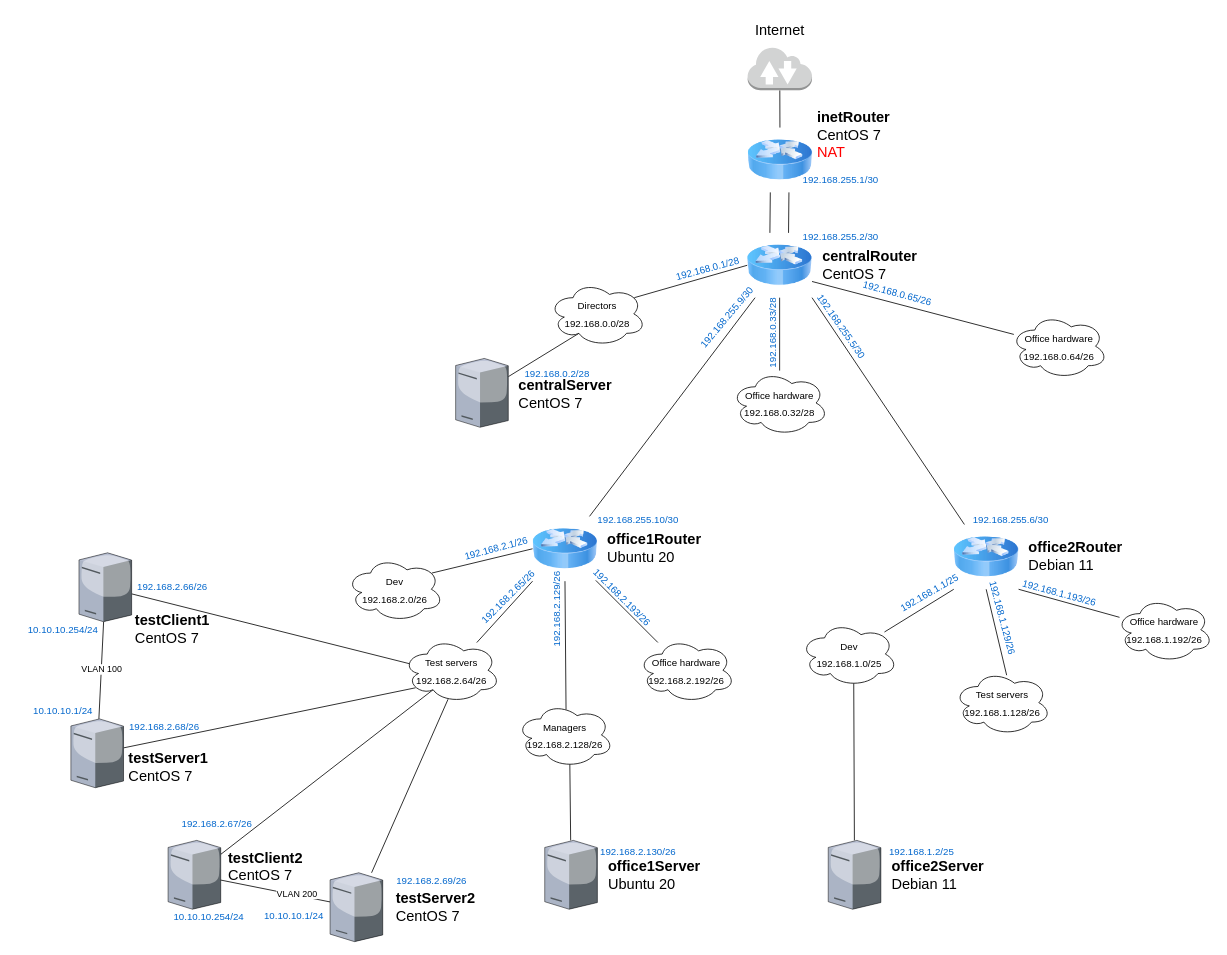
This is HW24/network.drawio from kovtalex/otus-linux, a draw.io file, before an edit. Source tidied: cells renumbered, new cells numbered last; positions are measured from the earlier drawing's top-left corner, leaving out a move shared by most shapes. Both pictures are drawn from the tidied source at 81%, with x=0, y=0 at pixel (22, 14).
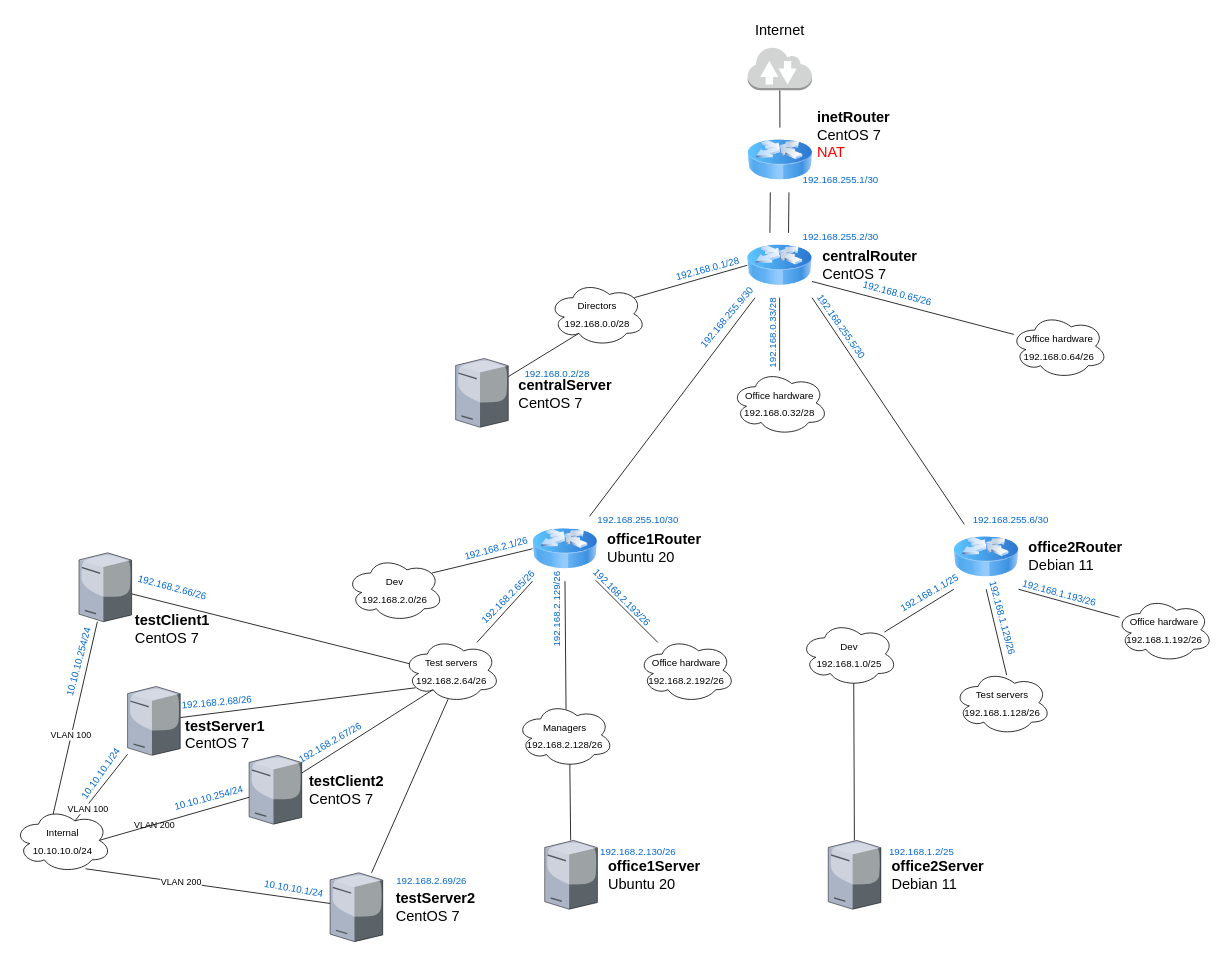
After the change.

The change refers to these unchanged cells:
```xml
<mxCell id="71" style="verticalLabelPosition=bottom;sketch=0;html=1;verticalAlign=top;strokeColor=none;align=center;outlineConnect=0;shape=mxgraph.citrix.license_server;fontSize=12;fontColor=#000000;" parent="1" vertex="1">
  <mxGeometry x="70" y="665" width="65" height="85" as="geometry" />
</mxCell>
<mxCell id="76" style="verticalLabelPosition=bottom;sketch=0;html=1;verticalAlign=top;strokeColor=none;align=center;outlineConnect=0;shape=mxgraph.citrix.license_server;fontSize=12;fontColor=#000000;" parent="1" vertex="1">
  <mxGeometry x="380" y="1060" width="65" height="85" as="geometry" />
</mxCell>
```

The edit, as a diff of the source:
```diff
@@
-    <mxCell id="69" style="edgeStyle=none;rounded=0;jettySize=auto;html=1;endArrow=none;endFill=0;" parent="1" edge="1" source="71" target="72">
+    <mxCell id="69" style="edgeStyle=none;rounded=0;jettySize=auto;html=1;endArrow=none;endFill=0;entryX=0.4;entryY=0.1;entryDx=0;entryDy=0;entryPerimeter=0;" parent="1" edge="1" source="71" target="91">
       <mxGeometry relative="1" as="geometry" />
     </mxCell>
     <mxCell id="70" value="VLAN 100" style="edgeLabel;html=1;align=center;verticalAlign=middle;" parent="69" vertex="1">
-      <mxGeometry x="-0.01" relative="1" as="geometry" />
+      <mxGeometry x="-0.01" relative="1" as="geometry">
+        <mxPoint x="-6" y="22" as="offset" />
+      </mxGeometry>
     </mxCell>
@@
     <mxCell id="72" style="verticalLabelPosition=bottom;sketch=0;html=1;verticalAlign=top;strokeColor=none;align=center;outlineConnect=0;shape=mxgraph.citrix.license_server;fontSize=12;fontColor=#000000;" parent="1" vertex="1">
-      <mxGeometry x="60" y="870" width="65" height="85" as="geometry" />
+      <mxGeometry x="130" y="830" width="65" height="85" as="geometry" />
     </mxCell>
     <mxCell id="73" style="verticalLabelPosition=bottom;sketch=0;html=1;verticalAlign=top;strokeColor=none;align=center;outlineConnect=0;shape=mxgraph.citrix.license_server;fontSize=12;fontColor=#000000;" parent="1" vertex="1">
-      <mxGeometry x="180" y="1020" width="65" height="85" as="geometry" />
+      <mxGeometry x="280" y="915" width="65" height="85" as="geometry" />
     </mxCell>
-    <mxCell id="74" style="edgeStyle=none;rounded=0;jettySize=auto;html=1;endArrow=none;endFill=0;" parent="1" edge="1" source="76" target="73">
+    <mxCell id="74" style="edgeStyle=none;rounded=0;jettySize=auto;html=1;endArrow=none;endFill=0;entryX=0.733;entryY=0.938;entryDx=0;entryDy=0;entryPerimeter=0;" parent="1" edge="1" source="76" target="91">
       <mxGeometry relative="1" as="geometry" />
     </mxCell>
     <mxCell id="75" value="VLAN 200" style="edgeLabel;html=1;align=center;verticalAlign=middle;" parent="74" vertex="1">
-      <mxGeometry x="-0.37" y="-2" relative="1" as="geometry" />
+      <mxGeometry x="-0.37" y="-2" relative="1" as="geometry">
+        <mxPoint x="-123" y="-82" as="offset" />
+      </mxGeometry>
     </mxCell>
@@
     <mxCell id="78" value="&lt;div style=&quot;text-align: left;&quot;&gt;&lt;span style=&quot;font-size: 18px; background-color: initial;&quot;&gt;&lt;b&gt;testClient2&lt;/b&gt;&lt;/span&gt;&lt;/div&gt;&lt;div style=&quot;text-align: left;&quot;&gt;&lt;span style=&quot;font-size: 18px;&quot;&gt;CentOS 7&lt;/span&gt;&lt;/div&gt;" style="text;html=1;align=center;verticalAlign=middle;fillColor=none;strokeColor=none;rounded=0;" parent="1" vertex="1">
-      <mxGeometry x="245" y="1032.5" width="110" height="40" as="geometry" />
+      <mxGeometry x="345" y="937.5" width="110" height="40" as="geometry" />
     </mxCell>
     <mxCell id="79" value="&lt;div style=&quot;text-align: left;&quot;&gt;&lt;span style=&quot;font-size: 18px; background-color: initial;&quot;&gt;&lt;b&gt;testServer1&lt;/b&gt;&lt;/span&gt;&lt;/div&gt;&lt;div style=&quot;text-align: left;&quot;&gt;&lt;span style=&quot;font-size: 18px;&quot;&gt;CentOS 7&lt;/span&gt;&lt;/div&gt;" style="text;html=1;align=center;verticalAlign=middle;fillColor=none;strokeColor=none;rounded=0;" parent="1" vertex="1">
-      <mxGeometry x="125" y="910" width="110" height="40" as="geometry" />
+      <mxGeometry x="195" y="870" width="110" height="40" as="geometry" />
     </mxCell>
@@
-    <mxCell id="81" value="&lt;font color=&quot;#0066cc&quot;&gt;192.168.2.66/26&lt;/font&gt;" style="text;html=1;align=center;verticalAlign=middle;fillColor=none;strokeColor=none;rounded=0;fontSize=12;fontColor=#000000;rotation=0;" parent="1" vertex="1">
+    <mxCell id="81" value="&lt;font color=&quot;#0066cc&quot;&gt;192.168.2.66/26&lt;/font&gt;" style="text;html=1;align=center;verticalAlign=middle;fillColor=none;strokeColor=none;rounded=0;fontSize=12;fontColor=#000000;rotation=15;" parent="1" vertex="1">
       <mxGeometry x="135" y="697.5" width="100" height="20" as="geometry" />
     </mxCell>
-    <mxCell id="82" value="&lt;font color=&quot;#0066cc&quot;&gt;192.168.2.68/26&lt;/font&gt;" style="text;html=1;align=center;verticalAlign=middle;fillColor=none;strokeColor=none;rounded=0;fontSize=12;fontColor=#000000;rotation=0;" parent="1" vertex="1">
-      <mxGeometry x="125" y="870" width="100" height="20" as="geometry" />
+    <mxCell id="82" value="&lt;font color=&quot;#0066cc&quot;&gt;192.168.2.68/26&lt;/font&gt;" style="text;html=1;align=center;verticalAlign=middle;fillColor=none;strokeColor=none;rounded=0;fontSize=12;fontColor=#000000;rotation=-5;" parent="1" vertex="1">
+      <mxGeometry x="190" y="840" width="100" height="20" as="geometry" />
     </mxCell>
-    <mxCell id="83" value="&lt;font color=&quot;#0066cc&quot;&gt;192.168.2.67/26&lt;/font&gt;" style="text;html=1;align=center;verticalAlign=middle;fillColor=none;strokeColor=none;rounded=0;fontSize=12;fontColor=#000000;rotation=0;" parent="1" vertex="1">
-      <mxGeometry x="190" y="990" width="100" height="20" as="geometry" />
+    <mxCell id="83" value="&lt;font color=&quot;#0066cc&quot;&gt;192.168.2.67/26&lt;/font&gt;" style="text;html=1;align=center;verticalAlign=middle;fillColor=none;strokeColor=none;rounded=0;fontSize=12;fontColor=#000000;rotation=-30;" parent="1" vertex="1">
+      <mxGeometry x="330" y="890" width="100" height="20" as="geometry" />
     </mxCell>
@@
-    <mxCell id="85" value="&lt;font color=&quot;#0066cc&quot;&gt;10.10.10.254/24&lt;/font&gt;" style="text;html=1;align=center;verticalAlign=middle;fillColor=none;strokeColor=none;rounded=0;fontSize=12;fontColor=#000000;rotation=0;" parent="1" vertex="1">
-      <mxGeometry y="750" width="100" height="20" as="geometry" />
+    <mxCell id="85" value="&lt;font color=&quot;#0066cc&quot;&gt;10.10.10.254/24&lt;/font&gt;" style="text;html=1;align=center;verticalAlign=middle;fillColor=none;strokeColor=none;rounded=0;fontSize=12;fontColor=#000000;rotation=-75;" parent="1" vertex="1">
+      <mxGeometry x="20" y="790" width="100" height="20" as="geometry" />
     </mxCell>
-    <mxCell id="86" value="&lt;font color=&quot;#0066cc&quot;&gt;10.10.10.254/24&lt;/font&gt;" style="text;html=1;align=center;verticalAlign=middle;fillColor=none;strokeColor=none;rounded=0;fontSize=12;fontColor=#000000;rotation=0;" parent="1" vertex="1">
-      <mxGeometry x="180" y="1105" width="100" height="20" as="geometry" />
+    <mxCell id="86" value="&lt;font color=&quot;#0066cc&quot;&gt;10.10.10.254/24&lt;/font&gt;" style="text;html=1;align=center;verticalAlign=middle;fillColor=none;strokeColor=none;rounded=0;fontSize=12;fontColor=#000000;rotation=-15;" parent="1" vertex="1">
+      <mxGeometry x="180" y="957.5" width="100" height="20" as="geometry" />
     </mxCell>
-    <mxCell id="87" value="&lt;font color=&quot;#0066cc&quot;&gt;10.10.10.1/24&lt;/font&gt;" style="text;html=1;align=center;verticalAlign=middle;fillColor=none;strokeColor=none;rounded=0;fontSize=12;fontColor=#000000;rotation=0;" parent="1" vertex="1">
-      <mxGeometry x="5" y="850" width="90" height="20" as="geometry" />
+    <mxCell id="87" value="&lt;font color=&quot;#0066cc&quot;&gt;10.10.10.1/24&lt;/font&gt;" style="text;html=1;align=center;verticalAlign=middle;fillColor=none;strokeColor=none;rounded=0;fontSize=12;fontColor=#000000;rotation=-55;" parent="1" vertex="1">
+      <mxGeometry x="52" y="928" width="90" height="20" as="geometry" />
     </mxCell>
-    <mxCell id="88" value="&lt;font color=&quot;#0066cc&quot;&gt;10.10.10.1/24&lt;/font&gt;" style="text;html=1;align=center;verticalAlign=middle;fillColor=none;strokeColor=none;rounded=0;fontSize=12;fontColor=#000000;rotation=0;" parent="1" vertex="1">
-      <mxGeometry x="290" y="1102.5" width="90" height="20" as="geometry" />
+    <mxCell id="88" value="&lt;font color=&quot;#0066cc&quot;&gt;10.10.10.1/24&lt;/font&gt;" style="text;html=1;align=center;verticalAlign=middle;fillColor=none;strokeColor=none;rounded=0;fontSize=12;fontColor=#000000;rotation=10;" parent="1" vertex="1">
+      <mxGeometry x="290" y="1070" width="90" height="20" as="geometry" />
     </mxCell>
+    <mxCell id="89" style="edgeStyle=none;rounded=0;jettySize=auto;html=1;exitX=0.625;exitY=0.2;exitDx=0;exitDy=0;exitPerimeter=0;endArrow=none;endFill=0;" parent="1" edge="1" source="91" target="72">
+      <mxGeometry relative="1" as="geometry" />
+    </mxCell>
+    <mxCell id="90" style="edgeStyle=none;rounded=0;jettySize=auto;html=1;exitX=0.875;exitY=0.5;exitDx=0;exitDy=0;exitPerimeter=0;endArrow=none;endFill=0;" parent="1" edge="1" source="91" target="73">
+      <mxGeometry relative="1" as="geometry" />
+    </mxCell>
+    <mxCell id="91" value="&lt;font color=&quot;#000000&quot; style=&quot;font-size: 12px;&quot;&gt;Internal&lt;br&gt;10.10.10.0/24&lt;/font&gt;" style="ellipse;shape=cloud;whiteSpace=wrap;html=1;fontSize=18;fontColor=#FF0000;" parent="1" vertex="1">
+      <mxGeometry x="-10" y="980" width="120" height="80" as="geometry" />
+    </mxCell>
+    <mxCell id="92" value="VLAN 100" style="edgeLabel;html=1;align=center;verticalAlign=middle;" parent="1" vertex="1">
+      <mxGeometry x="80" y="980" as="geometry" />
+    </mxCell>
+    <mxCell id="93" value="VLAN 200" style="edgeLabel;html=1;align=center;verticalAlign=middle;" parent="1" vertex="1">
+      <mxGeometry x="195" y="1070" as="geometry" />
+    </mxCell>
```
